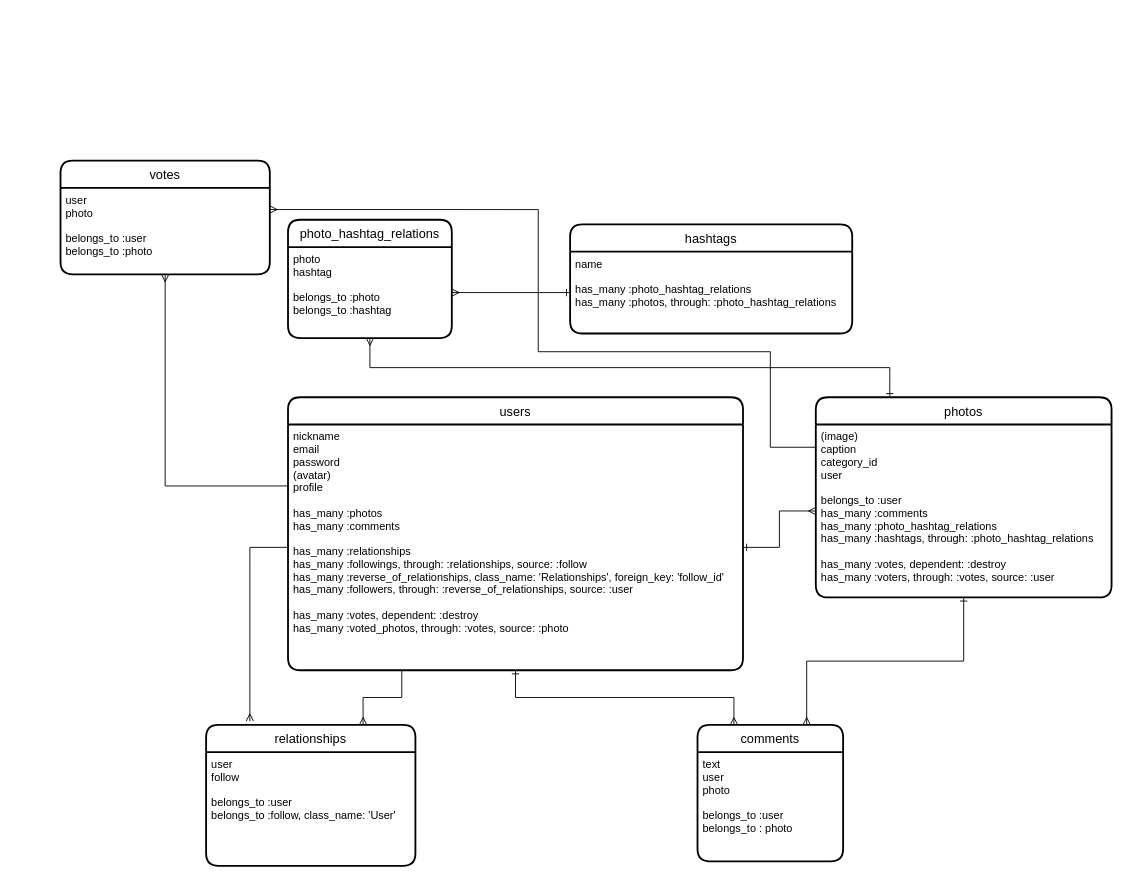
Above: ER_petput.dio in MitsuTurtle/petput (draw.io), before the change. Source tidied: cells renumbered, new cells numbered last; positions are measured from the earlier drawing's top-left corner, leaving out a move shared by most shapes. Both pictures are drawn from the tidied source at 91%, with x=0, y=0 at pixel (60, 160).
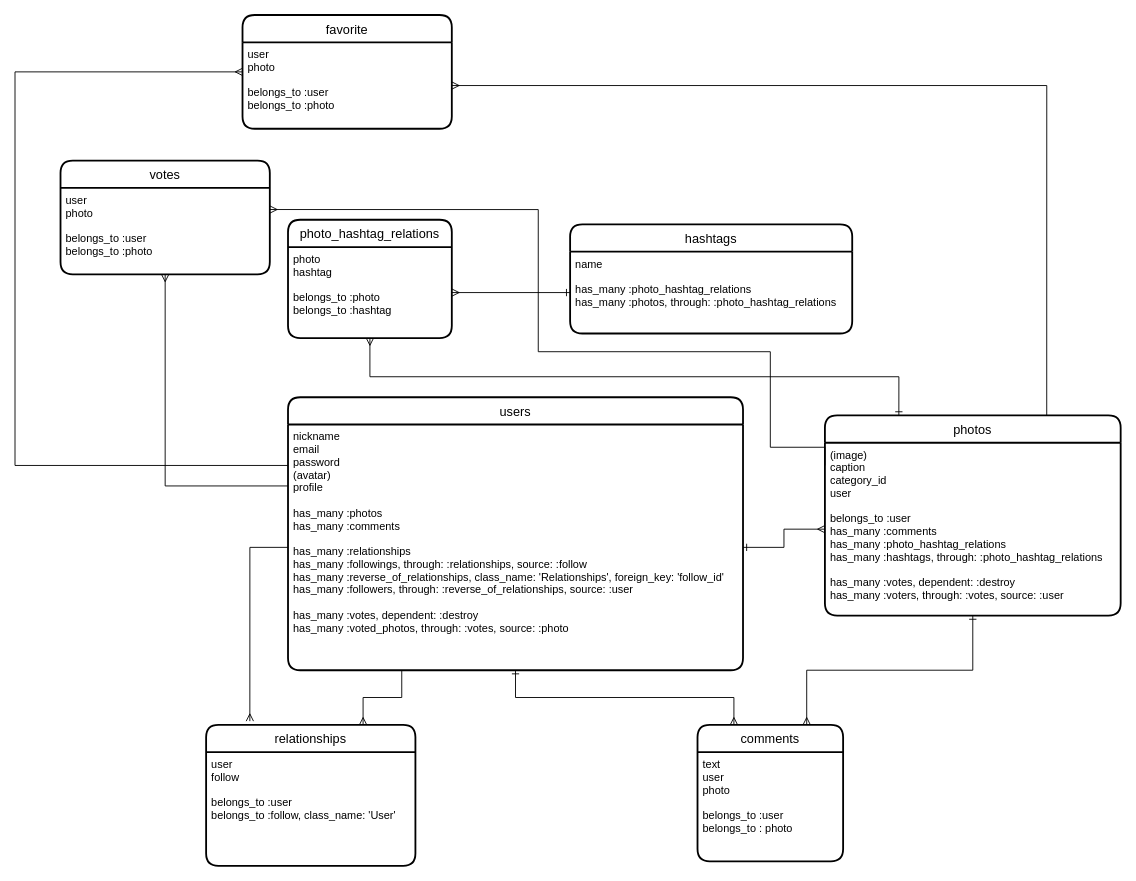
The same page after the edit.

Unchanged cells that the change refers to:
```xml
<mxCell id="16" value="users" style="swimlane;horizontal=1;startSize=30;rounded=1;fontSize=14;fontStyle=0;strokeWidth=2;shadow=0;dashed=0;align=center;" parent="1" vertex="1">
  <mxGeometry x="250" y="260" width="500" height="300" as="geometry" />
</mxCell>
```

Diff of the diagram source:
```diff
@@
+    <mxCell id="26" style="edgeStyle=orthogonalEdgeStyle;rounded=0;jettySize=auto;html=1;exitX=0.75;exitY=0;exitDx=0;exitDy=0;entryX=1;entryY=0.5;entryDx=0;entryDy=0;startArrow=none;startFill=0;startSize=6;endArrow=ERmany;endFill=0;endSize=6;" parent="1" edge="1" source="14" target="29">
+      <mxGeometry relative="1" as="geometry" />
+    </mxCell>
     <mxCell id="14" value="photos" style="swimlane;horizontal=1;startSize=30;rounded=1;fontSize=14;fontStyle=0;strokeWidth=2;shadow=0;dashed=0;align=center;" parent="1" vertex="1">
-      <mxGeometry x="830" y="260" width="325" height="220" as="geometry" />
+      <mxGeometry x="840" y="280" width="325" height="220" as="geometry" />
     </mxCell>
@@
+    <mxCell id="27" style="edgeStyle=orthogonalEdgeStyle;rounded=0;jettySize=auto;html=1;exitX=0;exitY=0.25;exitDx=0;exitDy=0;entryX=0;entryY=0.5;entryDx=0;entryDy=0;startArrow=none;startFill=0;startSize=6;endArrow=ERmany;endFill=0;endSize=6;" parent="1" edge="1" source="16" target="28">
+      <mxGeometry relative="1" as="geometry">
+        <Array as="points">
+          <mxPoint x="-50" y="335" />
+          <mxPoint x="-50" y="-98" />
+        </Array>
+      </mxGeometry>
+    </mxCell>
@@
+    <mxCell id="28" value="favorite" style="swimlane;horizontal=1;startSize=30;rounded=1;fontSize=14;fontStyle=0;strokeWidth=2;shadow=0;dashed=0;align=center;" parent="1" vertex="1">
+      <mxGeometry x="200" y="-160" width="230" height="125" as="geometry" />
+    </mxCell>
+    <mxCell id="29" value="user&#10;photo&#10;&#10;belongs_to :user&#10;  belongs_to :photo" style="align=left;strokeColor=none;fillColor=none;spacingLeft=4;fontSize=12;verticalAlign=top;" parent="28" vertex="1">
+      <mxGeometry y="30" width="230" height="95" as="geometry" />
+    </mxCell>
+    <mxCell id="30" style="edgeStyle=orthogonalEdgeStyle;rounded=0;orthogonalLoop=1;jettySize=auto;html=1;exitX=0.5;exitY=1;exitDx=0;exitDy=0;" parent="28" edge="1" source="29" target="29">
+      <mxGeometry relative="1" as="geometry" />
+    </mxCell>
```
